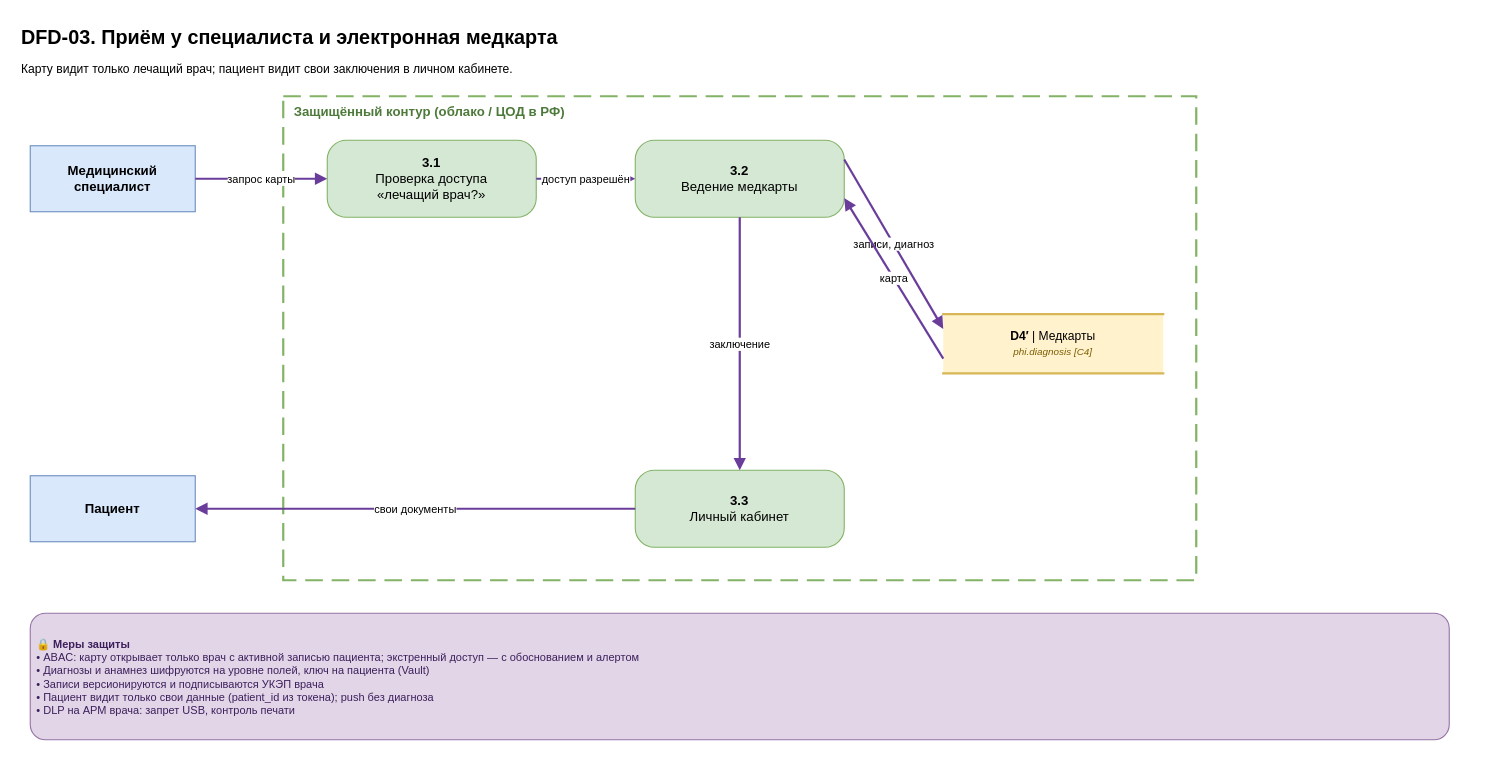
SiritosKon/architecture-medikamente keeps this draw.io diagram as Task1/dfd/DFD-03-medical-record.drawio. Above is the earlier version. Source tidied: cells renumbered, new cells numbered last; positions are measured from the earlier drawing's top-left corner, leaving out a move shared by most shapes. Both pictures are drawn from the tidied source at 110%, with x=0, y=0 at pixel (19, 19).
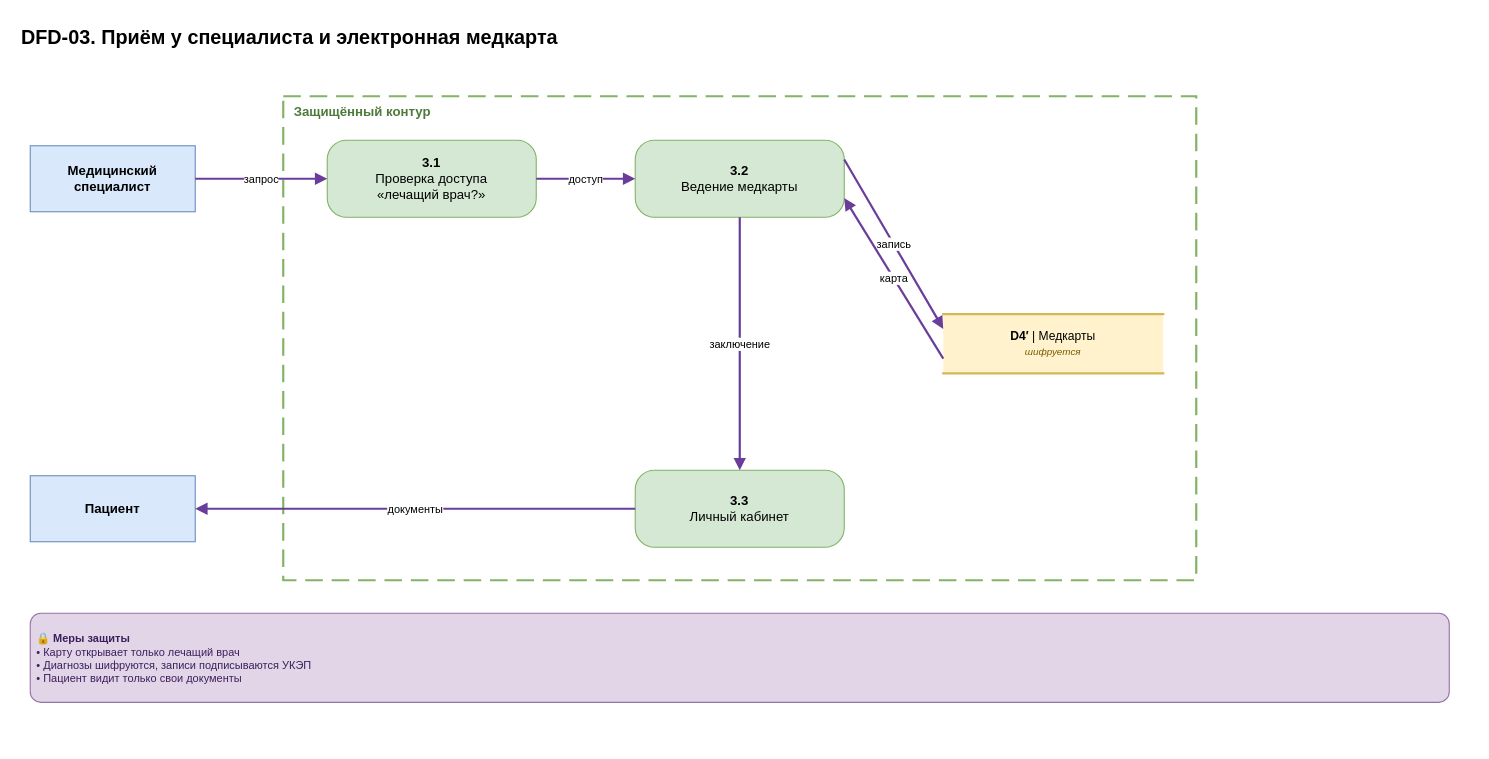
After the change.

The edit, as a diff of the source:
```diff
@@
 <mxGraphModel>
   <root>
     <mxCell id="0" />
     <mxCell id="1" parent="0" />
     <mxCell id="2" value="DFD-03. Приём у специалиста и электронная медкарта" style="text;html=1;align=left;verticalAlign=top;fontSize=18;fontStyle=1;whiteSpace=wrap;" parent="1" vertex="1">
       <mxGeometry width="1320" height="30" as="geometry" />
     </mxCell>
-    <mxCell id="3" value="Карту видит только лечащий врач; пациент видит свои заключения в личном кабинете." style="text;html=1;align=left;verticalAlign=top;fontSize=11;whiteSpace=wrap;" parent="1" vertex="1">
-      <mxGeometry y="32" width="1320" height="24" as="geometry" />
+    <mxCell id="3" value="Защищённый контур" style="rounded=0;whiteSpace=wrap;html=1;dashed=1;dashPattern=8 4;fillColor=none;strokeColor=#82b366;strokeWidth=2;verticalAlign=top;align=left;spacingLeft=8;fontColor=#4d7a3a;fontStyle=1;fontSize=12;" parent="1" vertex="1">
+      <mxGeometry x="240" y="70" width="830" height="440" as="geometry" />
     </mxCell>
-    <mxCell id="4" value="Защищённый контур (облако / ЦОД в РФ)" style="rounded=0;whiteSpace=wrap;html=1;dashed=1;dashPattern=8 4;fillColor=none;strokeColor=#82b366;strokeWidth=2;verticalAlign=top;align=left;spacingLeft=8;fontColor=#4d7a3a;fontStyle=1;fontSize=12;" parent="1" vertex="1">
-      <mxGeometry x="240" y="70" width="830" height="440" as="geometry" />
+    <mxCell id="4" value="Медицинский&lt;br&gt;специалист" style="rounded=0;whiteSpace=wrap;html=1;fillColor=#dae8fc;strokeColor=#6c8ebf;fontStyle=1;fontSize=12;" parent="1" vertex="1">
+      <mxGeometry x="10" y="115" width="150" height="60" as="geometry" />
     </mxCell>
-    <mxCell id="5" value="Медицинский&lt;br&gt;специалист" style="rounded=0;whiteSpace=wrap;html=1;fillColor=#dae8fc;strokeColor=#6c8ebf;fontStyle=1;fontSize=12;" parent="1" vertex="1">
-      <mxGeometry x="10" y="115" width="150" height="60" as="geometry" />
+    <mxCell id="5" value="Пациент" style="rounded=0;whiteSpace=wrap;html=1;fillColor=#dae8fc;strokeColor=#6c8ebf;fontStyle=1;fontSize=12;" parent="1" vertex="1">
+      <mxGeometry x="10" y="415" width="150" height="60" as="geometry" />
     </mxCell>
-    <mxCell id="6" value="Пациент" style="rounded=0;whiteSpace=wrap;html=1;fillColor=#dae8fc;strokeColor=#6c8ebf;fontStyle=1;fontSize=12;" parent="1" vertex="1">
-      <mxGeometry x="10" y="415" width="150" height="60" as="geometry" />
+    <mxCell id="6" value="&lt;b&gt;3.1&lt;/b&gt;&lt;br&gt;Проверка доступа&lt;br&gt;«лечащий врач?»" style="rounded=1;arcSize=25;whiteSpace=wrap;html=1;fillColor=#d5e8d4;strokeColor=#82b366;fontSize=12;" parent="1" vertex="1">
+      <mxGeometry x="280" y="110" width="190" height="70" as="geometry" />
     </mxCell>
-    <mxCell id="7" value="&lt;b&gt;3.1&lt;/b&gt;&lt;br&gt;Проверка доступа&lt;br&gt;«лечащий врач?»" style="rounded=1;arcSize=25;whiteSpace=wrap;html=1;fillColor=#d5e8d4;strokeColor=#82b366;fontSize=12;" parent="1" vertex="1">
-      <mxGeometry x="280" y="110" width="190" height="70" as="geometry" />
+    <mxCell id="7" value="&lt;b&gt;3.2&lt;/b&gt;&lt;br&gt;Ведение медкарты" style="rounded=1;arcSize=25;whiteSpace=wrap;html=1;fillColor=#d5e8d4;strokeColor=#82b366;fontSize=12;" parent="1" vertex="1">
+      <mxGeometry x="560" y="110" width="190" height="70" as="geometry" />
     </mxCell>
-    <mxCell id="8" value="&lt;b&gt;3.2&lt;/b&gt;&lt;br&gt;Ведение медкарты" style="rounded=1;arcSize=25;whiteSpace=wrap;html=1;fillColor=#d5e8d4;strokeColor=#82b366;fontSize=12;" parent="1" vertex="1">
-      <mxGeometry x="560" y="110" width="190" height="70" as="geometry" />
+    <mxCell id="8" value="&lt;b&gt;3.3&lt;/b&gt;&lt;br&gt;Личный кабинет" style="rounded=1;arcSize=25;whiteSpace=wrap;html=1;fillColor=#d5e8d4;strokeColor=#82b366;fontSize=12;" parent="1" vertex="1">
+      <mxGeometry x="560" y="410" width="190" height="70" as="geometry" />
     </mxCell>
-    <mxCell id="9" value="&lt;b&gt;3.3&lt;/b&gt;&lt;br&gt;Личный кабинет" style="rounded=1;arcSize=25;whiteSpace=wrap;html=1;fillColor=#d5e8d4;strokeColor=#82b366;fontSize=12;" parent="1" vertex="1">
-      <mxGeometry x="560" y="410" width="190" height="70" as="geometry" />
+    <mxCell id="9" value="&lt;b&gt;D4′&lt;/b&gt; | Медкарты&lt;br&gt;&lt;i&gt;&lt;font style=&quot;font-size:9px&quot; color=&quot;#7a5c00&quot;&gt;шифруется&lt;/font&gt;&lt;/i&gt;" style="shape=partialRectangle;whiteSpace=wrap;html=1;left=0;right=0;fillColor=#fff2cc;strokeColor=#d6b656;strokeWidth=2;fontSize=11;" parent="1" vertex="1">
+      <mxGeometry x="840" y="268" width="200" height="54" as="geometry" />
     </mxCell>
-    <mxCell id="10" value="&lt;b&gt;D4′&lt;/b&gt; | Медкарты&lt;br&gt;&lt;i&gt;&lt;font style=&quot;font-size:9px&quot; color=&quot;#7a5c00&quot;&gt;phi.diagnosis [C4]&lt;/font&gt;&lt;/i&gt;" style="shape=partialRectangle;whiteSpace=wrap;html=1;left=0;right=0;fillColor=#fff2cc;strokeColor=#d6b656;strokeWidth=2;fontSize=11;" parent="1" vertex="1">
-      <mxGeometry x="840" y="268" width="200" height="54" as="geometry" />
+    <mxCell id="10" value="запрос" style="html=1;endArrow=block;endFill=1;strokeColor=#6a3d9a;strokeWidth=2;fontSize=10;labelBackgroundColor=#ffffff;" parent="1" edge="1" source="4" target="6">
+      <mxGeometry relative="1" as="geometry" />
     </mxCell>
-    <mxCell id="11" value="запрос карты" style="html=1;endArrow=block;endFill=1;strokeColor=#6a3d9a;strokeWidth=2;fontSize=10;labelBackgroundColor=#ffffff;" parent="1" edge="1" source="5" target="7">
+    <mxCell id="11" value="доступ" style="html=1;endArrow=block;endFill=1;strokeColor=#6a3d9a;strokeWidth=2;fontSize=10;labelBackgroundColor=#ffffff;" parent="1" edge="1" source="6" target="7">
       <mxGeometry relative="1" as="geometry" />
     </mxCell>
-    <mxCell id="12" value="доступ разрешён" style="html=1;endArrow=block;endFill=1;strokeColor=#6a3d9a;strokeWidth=2;fontSize=10;labelBackgroundColor=#ffffff;" parent="1" edge="1" source="7" target="8">
+    <mxCell id="12" value="запись" style="html=1;endArrow=block;endFill=1;strokeColor=#6a3d9a;strokeWidth=2;fontSize=10;labelBackgroundColor=#ffffff;exitX=1;exitY=0.24999999999999997;exitDx=0;exitDy=0;entryX=0;entryY=0.24999999999999997;entryDx=0;entryDy=0;" parent="1" edge="1" source="7" target="9">
       <mxGeometry relative="1" as="geometry" />
     </mxCell>
-    <mxCell id="13" value="записи, диагноз" style="html=1;endArrow=block;endFill=1;strokeColor=#6a3d9a;strokeWidth=2;fontSize=10;labelBackgroundColor=#ffffff;exitX=1;exitY=0.24999999999999997;exitDx=0;exitDy=0;entryX=0;entryY=0.24999999999999997;entryDx=0;entryDy=0;" parent="1" edge="1" source="8" target="10">
+    <mxCell id="13" value="карта" style="html=1;endArrow=block;endFill=1;strokeColor=#6a3d9a;strokeWidth=2;fontSize=10;labelBackgroundColor=#ffffff;exitX=0;exitY=0.75;exitDx=0;exitDy=0;entryX=1;entryY=0.75;entryDx=0;entryDy=0;" parent="1" edge="1" source="9" target="7">
       <mxGeometry relative="1" as="geometry" />
     </mxCell>
-    <mxCell id="14" value="карта" style="html=1;endArrow=block;endFill=1;strokeColor=#6a3d9a;strokeWidth=2;fontSize=10;labelBackgroundColor=#ffffff;exitX=0;exitY=0.75;exitDx=0;exitDy=0;entryX=1;entryY=0.75;entryDx=0;entryDy=0;" parent="1" edge="1" source="10" target="8">
+    <mxCell id="14" value="заключение" style="html=1;endArrow=block;endFill=1;strokeColor=#6a3d9a;strokeWidth=2;fontSize=10;labelBackgroundColor=#ffffff;" parent="1" edge="1" source="7" target="8">
       <mxGeometry relative="1" as="geometry" />
     </mxCell>
-    <mxCell id="15" value="заключение" style="html=1;endArrow=block;endFill=1;strokeColor=#6a3d9a;strokeWidth=2;fontSize=10;labelBackgroundColor=#ffffff;" parent="1" edge="1" source="8" target="9">
+    <mxCell id="15" value="документы" style="html=1;endArrow=block;endFill=1;strokeColor=#6a3d9a;strokeWidth=2;fontSize=10;labelBackgroundColor=#ffffff;" parent="1" edge="1" source="8" target="5">
       <mxGeometry relative="1" as="geometry" />
     </mxCell>
-    <mxCell id="16" value="свои документы" style="html=1;endArrow=block;endFill=1;strokeColor=#6a3d9a;strokeWidth=2;fontSize=10;labelBackgroundColor=#ffffff;" parent="1" edge="1" source="9" target="6">
-      <mxGeometry relative="1" as="geometry" />
+    <mxCell id="16" value="&lt;b&gt;🔒 Меры защиты&lt;/b&gt;&lt;br&gt;• Карту открывает только лечащий врач&lt;br&gt;• Диагнозы шифруются, записи подписываются УКЭП&lt;br&gt;• Пациент видит только свои документы" style="rounded=1;whiteSpace=wrap;html=1;fillColor=#e1d5e7;strokeColor=#9673a6;fontColor=#3d1f5c;fontSize=10;align=left;spacingLeft=4;arcSize=12;" parent="1" vertex="1">
+      <mxGeometry x="10" y="540" width="1290" height="81" as="geometry" />
     </mxCell>
-    <mxCell id="17" value="&lt;b&gt;🔒 Меры защиты&lt;/b&gt;&lt;br&gt;• ABAC: карту открывает только врач с активной записью пациента; экстренный доступ — с обоснованием и алертом&lt;br&gt;• Диагнозы и анамнез шифруются на уровне полей, ключ на пациента (Vault)&lt;br&gt;• Записи версионируются и подписываются УКЭП врача&lt;br&gt;• Пациент видит только свои данные (patient_id из токена); push без диагноза&lt;br&gt;• DLP на АРМ врача: запрет USB, контроль печати" style="rounded=1;whiteSpace=wrap;html=1;fillColor=#e1d5e7;strokeColor=#9673a6;fontColor=#3d1f5c;fontSize=10;align=left;spacingLeft=4;arcSize=12;" parent="1" vertex="1">
-      <mxGeometry x="10" y="540" width="1290" height="115" as="geometry" />
-    </mxCell>
   </root>
 </mxGraphModel>
```
